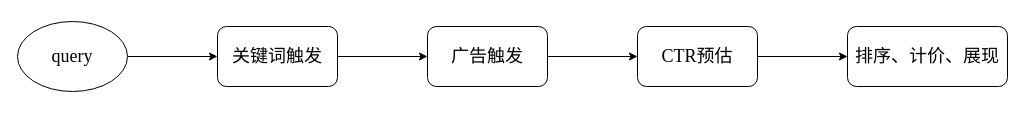
Earlier version of the draw.io diagram retras-background.drawio (2hip3ng/AppDesign). Source tidied: cells renumbered, new cells numbered last; positions are measured from the earlier drawing's top-left corner, leaving out a move shared by most shapes. Both pictures are drawn from the tidied source at 100%, with x=0, y=0 at pixel (17, 21).
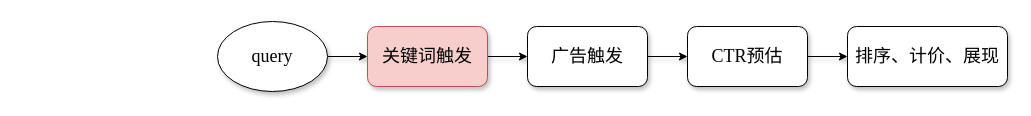
The same page after the edit.

Diff of the diagram source:
```diff
@@
 <mxGraphModel>
   <root>
     <mxCell id="0" />
     <mxCell id="1" parent="0" />
-    <mxCell id="2" style="edgeStyle=orthogonalEdgeStyle;rounded=0;jettySize=auto;html=1;fontSize=18;fontFamily=Times New Roman;" parent="1" edge="1" source="3" target="5">
+    <mxCell id="2" style="edgeStyle=orthogonalEdgeStyle;rounded=0;jettySize=auto;html=1;fontSize=18;fontFamily=Times New Roman;shadow=1;" parent="1" edge="1" source="3" target="5">
       <mxGeometry relative="1" as="geometry" />
     </mxCell>
-    <mxCell id="3" value="query" style="ellipse;whiteSpace=wrap;html=1;fontSize=18;fontFamily=Times New Roman;" parent="1" vertex="1">
-      <mxGeometry width="110" height="70" as="geometry" />
+    <mxCell id="3" value="query" style="ellipse;whiteSpace=wrap;html=1;fontSize=18;fontFamily=Times New Roman;shadow=1;" parent="1" vertex="1">
+      <mxGeometry x="200" width="110" height="70" as="geometry" />
     </mxCell>
-    <mxCell id="4" style="edgeStyle=orthogonalEdgeStyle;rounded=0;jettySize=auto;html=1;fontSize=18;fontFamily=Times New Roman;" parent="1" edge="1" source="5" target="7">
+    <mxCell id="4" style="edgeStyle=orthogonalEdgeStyle;rounded=0;jettySize=auto;html=1;fontSize=18;fontFamily=Times New Roman;shadow=1;" parent="1" edge="1" source="5" target="7">
       <mxGeometry relative="1" as="geometry" />
     </mxCell>
-    <mxCell id="5" value="关键词触发" style="rounded=1;whiteSpace=wrap;html=1;fontSize=18;fontFamily=Times New Roman;" parent="1" vertex="1">
-      <mxGeometry x="200" y="5" width="120" height="60" as="geometry" />
+    <mxCell id="5" value="关键词触发" style="rounded=1;whiteSpace=wrap;html=1;fontSize=18;fontFamily=Times New Roman;shadow=1;fillColor=#f8cecc;strokeColor=#b85450;" parent="1" vertex="1">
+      <mxGeometry x="350" y="5" width="120" height="60" as="geometry" />
     </mxCell>
-    <mxCell id="6" style="edgeStyle=orthogonalEdgeStyle;rounded=0;jettySize=auto;html=1;fontSize=18;fontFamily=Times New Roman;" parent="1" edge="1" source="7" target="9">
+    <mxCell id="6" style="edgeStyle=orthogonalEdgeStyle;rounded=0;jettySize=auto;html=1;fontSize=18;fontFamily=Times New Roman;shadow=1;" parent="1" edge="1" source="7" target="9">
       <mxGeometry relative="1" as="geometry" />
     </mxCell>
-    <mxCell id="7" value="广告触发" style="rounded=1;whiteSpace=wrap;html=1;fontSize=18;fontFamily=Times New Roman;" parent="1" vertex="1">
-      <mxGeometry x="410" y="5" width="120" height="60" as="geometry" />
+    <mxCell id="7" value="广告触发" style="rounded=1;whiteSpace=wrap;html=1;fontSize=18;fontFamily=Times New Roman;shadow=1;" parent="1" vertex="1">
+      <mxGeometry x="510" y="5" width="120" height="60" as="geometry" />
     </mxCell>
-    <mxCell id="8" style="edgeStyle=orthogonalEdgeStyle;rounded=0;jettySize=auto;html=1;fontSize=18;fontFamily=Times New Roman;" parent="1" edge="1" source="9" target="10">
+    <mxCell id="8" style="edgeStyle=orthogonalEdgeStyle;rounded=0;jettySize=auto;html=1;fontSize=18;fontFamily=Times New Roman;shadow=1;" parent="1" edge="1" source="9" target="10">
       <mxGeometry relative="1" as="geometry" />
     </mxCell>
-    <mxCell id="9" value="CTR预估" style="rounded=1;whiteSpace=wrap;html=1;fontSize=18;fontFamily=Times New Roman;" parent="1" vertex="1">
-      <mxGeometry x="620" y="5" width="120" height="60" as="geometry" />
+    <mxCell id="9" value="CTR预估" style="rounded=1;whiteSpace=wrap;html=1;fontSize=18;fontFamily=Times New Roman;shadow=1;" parent="1" vertex="1">
+      <mxGeometry x="670" y="5" width="120" height="60" as="geometry" />
     </mxCell>
-    <mxCell id="10" value="排序、计价、展现" style="rounded=1;whiteSpace=wrap;html=1;fontSize=18;fontFamily=Times New Roman;" parent="1" vertex="1">
+    <mxCell id="10" value="排序、计价、展现" style="rounded=1;whiteSpace=wrap;html=1;fontSize=18;fontFamily=Times New Roman;shadow=1;" parent="1" vertex="1">
       <mxGeometry x="830" y="5" width="160" height="60" as="geometry" />
     </mxCell>
   </root>
 </mxGraphModel>
```
